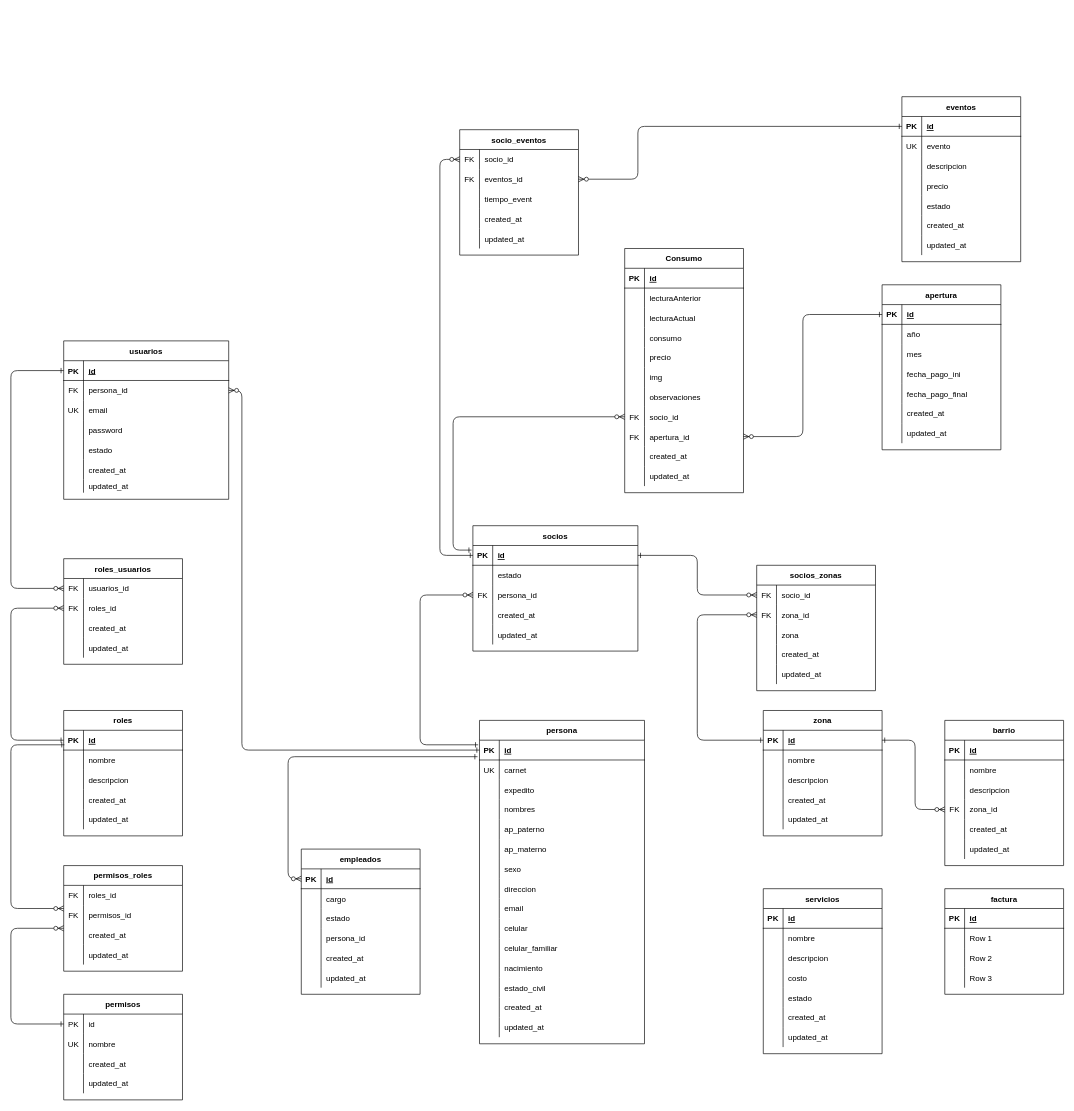
Earlier version of the draw.io diagram AguaPotable/aguapotable.drawio (DavidSalinasPoma/backendaguapotable). Source tidied: cells renumbered, new cells numbered last; positions are measured from the earlier drawing's top-left corner, leaving out a move shared by most shapes. Both pictures are drawn from the tidied source at 66%, with x=0, y=0 at pixel (-36, 96).
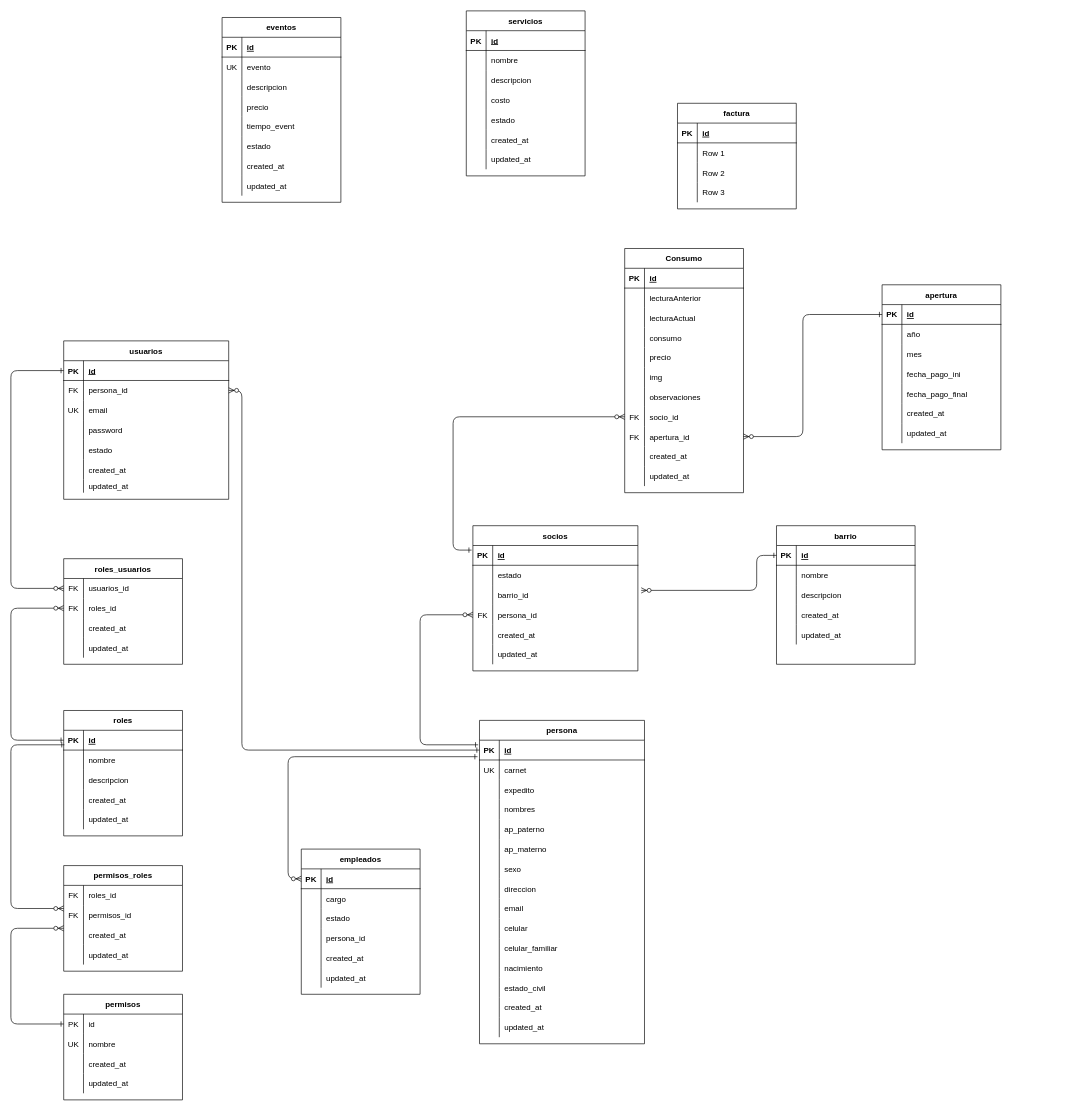
After the change.

Commit message (it also covers changes not shown here):
Actualizacion crud eventos

Unchanged cells that the change refers to:
```xml
<mxCell id="49" style="shape=partialRectangle;fillColor=none;points=[[0,0.5],[1,0.5]];portConstraint=eastwest;top=0;left=0;right=0;bottom=1;" parent="48" vertex="1">
  <mxGeometry y="30" width="250" height="30" as="geometry" />
</mxCell>
<mxCell id="106" style="shape=partialRectangle;fillColor=none;top=0;left=0;bottom=1;right=0;points=[[0,0.5],[1,0.5]];portConstraint=eastwest;" parent="105" vertex="1">
  <mxGeometry y="30" width="180" height="30" as="geometry" />
</mxCell>
```

What changed in the source:
```diff
@@
     <mxCell id="48" value="socios" style="shape=table;startSize=30;childLayout=tableLayout;rowLines=0;fontStyle=1;align=center;" parent="1" vertex="1">
-      <mxGeometry x="770" y="650" width="250" height="190" as="geometry" />
+      <mxGeometry x="770" y="650" width="250" height="220" as="geometry" />
     </mxCell>
@@
+    <mxCell id="354" style="shape=partialRectangle;fillColor=none;points=[[0,0.5],[1,0.5]];portConstraint=eastwest;top=0;left=0;right=0;bottom=0;" parent="48" vertex="1">
+      <mxGeometry y="90" width="250" height="30" as="geometry" />
+    </mxCell>
+    <mxCell id="355" style="shape=partialRectangle;overflow=hidden;fillColor=none;top=0;left=0;bottom=0;right=0;" parent="354" vertex="1">
+      <mxGeometry width="30" height="30" as="geometry" />
+    </mxCell>
+    <mxCell id="356" value="barrio_id" style="shape=partialRectangle;overflow=hidden;fillColor=none;top=0;left=0;bottom=0;right=0;align=left;spacingLeft=6;" parent="354" vertex="1">
+      <mxGeometry x="30" width="220" height="30" as="geometry" />
+    </mxCell>
     <mxCell id="55" style="shape=partialRectangle;fillColor=none;points=[[0,0.5],[1,0.5]];portConstraint=eastwest;top=0;left=0;right=0;bottom=0;" parent="48" vertex="1">
-      <mxGeometry y="90" width="250" height="30" as="geometry" />
+      <mxGeometry y="120" width="250" height="30" as="geometry" />
     </mxCell>
@@
     <mxCell id="58" style="shape=partialRectangle;fillColor=none;top=0;left=0;right=0;bottom=0;" parent="48" vertex="1">
-      <mxGeometry y="120" width="250" height="30" as="geometry" />
+      <mxGeometry y="150" width="250" height="30" as="geometry" />
     </mxCell>
@@
     <mxCell id="61" style="shape=partialRectangle;fillColor=none;top=0;left=0;right=0;bottom=0;" parent="48" vertex="1">
-      <mxGeometry y="150" width="250" height="30" as="geometry" />
+      <mxGeometry y="180" width="250" height="30" as="geometry" />
     </mxCell>
@@
     <mxCell id="105" value="eventos" style="shape=table;startSize=30;childLayout=tableLayout;rowLines=0;fontStyle=1;align=center;" parent="1" vertex="1">
-      <mxGeometry x="1420" width="180" height="250" as="geometry" />
+      <mxGeometry x="390" y="-120" width="180" height="280" as="geometry" />
     </mxCell>
@@
+    <mxCell id="357" style="shape=partialRectangle;fillColor=none;top=0;left=0;bottom=0;right=0;" parent="105" vertex="1">
+      <mxGeometry y="150" width="180" height="30" as="geometry" />
+    </mxCell>
+    <mxCell id="358" style="shape=partialRectangle;fillColor=none;top=0;left=0;bottom=0;right=0;overflow=hidden;" parent="357" vertex="1">
+      <mxGeometry width="30" height="30" as="geometry" />
+    </mxCell>
+    <mxCell id="191" value="tiempo_event" style="shape=partialRectangle;fillColor=none;top=0;left=0;bottom=0;right=0;align=left;spacingLeft=6;overflow=hidden;" parent="357" vertex="1">
+      <mxGeometry x="30" width="150" height="30" as="geometry" />
+    </mxCell>
     <mxCell id="118" style="shape=partialRectangle;fillColor=none;top=0;left=0;bottom=0;right=0;" parent="105" vertex="1">
-      <mxGeometry y="150" width="180" height="30" as="geometry" />
+      <mxGeometry y="180" width="180" height="30" as="geometry" />
     </mxCell>
@@
     <mxCell id="121" style="shape=partialRectangle;fillColor=none;top=0;left=0;bottom=0;right=0;" parent="105" vertex="1">
-      <mxGeometry y="180" width="180" height="30" as="geometry" />
+      <mxGeometry y="210" width="180" height="30" as="geometry" />
     </mxCell>
@@
     <mxCell id="124" style="shape=partialRectangle;fillColor=none;top=0;left=0;bottom=0;right=0;" parent="105" vertex="1">
-      <mxGeometry y="210" width="180" height="30" as="geometry" />
+      <mxGeometry y="240" width="180" height="30" as="geometry" />
     </mxCell>
@@
-    <mxCell id="127" style="edgeStyle=elbowEdgeStyle;endArrow=ERzeroToMany;startArrow=ERone;endFill=1;startFill=0;exitX=0;exitY=0.5;exitDx=0;exitDy=0;entryX=0;entryY=0.5;entryDx=0;entryDy=0;" parent="1" edge="1" source="49" target="183">
-      <mxGeometry relative="1" as="geometry">
-        <Array as="points">
-          <mxPoint x="720" y="980" />
-        </Array>
-      </mxGeometry>
-    </mxCell>
-    <mxCell id="128" value="zona" style="shape=table;startSize=30;childLayout=tableLayout;rowLines=0;fontStyle=1;align=center;" parent="1" vertex="1">
-      <mxGeometry x="1210" y="930" width="180" height="190" as="geometry" />
-    </mxCell>
-    <mxCell id="129" style="shape=partialRectangle;fillColor=none;top=0;left=0;bottom=1;right=0;points=[[0,0.5],[1,0.5]];portConstraint=eastwest;" parent="128" vertex="1">
-      <mxGeometry y="30" width="180" height="30" as="geometry" />
-    </mxCell>
-    <mxCell id="130" value="PK" style="shape=partialRectangle;fillColor=none;top=0;left=0;bottom=0;right=0;fontStyle=1;overflow=hidden;" parent="129" vertex="1">
-      <mxGeometry width="30" height="30" as="geometry" />
-    </mxCell>
-    <mxCell id="131" value="id" style="shape=partialRectangle;fillColor=none;top=0;left=0;bottom=0;right=0;align=left;spacingLeft=6;fontStyle=5;overflow=hidden;" parent="129" vertex="1">
-      <mxGeometry x="30" width="150" height="30" as="geometry" />
-    </mxCell>
-    <mxCell id="132" style="shape=partialRectangle;fillColor=none;top=0;left=0;bottom=0;right=0;" parent="128" vertex="1">
-      <mxGeometry y="60" width="180" height="30" as="geometry" />
-    </mxCell>
-    <mxCell id="133" style="shape=partialRectangle;fillColor=none;top=0;left=0;bottom=0;right=0;overflow=hidden;" parent="132" vertex="1">
-      <mxGeometry width="30" height="30" as="geometry" />
-    </mxCell>
-    <mxCell id="134" value="nombre" style="shape=partialRectangle;fillColor=none;top=0;left=0;bottom=0;right=0;align=left;spacingLeft=6;overflow=hidden;" parent="132" vertex="1">
-      <mxGeometry x="30" width="150" height="30" as="geometry" />
-    </mxCell>
-    <mxCell id="135" style="shape=partialRectangle;fillColor=none;top=0;left=0;bottom=0;right=0;" parent="128" vertex="1">
-      <mxGeometry y="90" width="180" height="30" as="geometry" />
-    </mxCell>
-    <mxCell id="136" style="shape=partialRectangle;fillColor=none;top=0;left=0;bottom=0;right=0;overflow=hidden;" parent="135" vertex="1">
-      <mxGeometry width="30" height="30" as="geometry" />
-    </mxCell>
-    <mxCell id="137" value="descripcion" style="shape=partialRectangle;fillColor=none;top=0;left=0;bottom=0;right=0;align=left;spacingLeft=6;overflow=hidden;" parent="135" vertex="1">
-      <mxGeometry x="30" width="150" height="30" as="geometry" />
-    </mxCell>
-    <mxCell id="138" style="shape=partialRectangle;fillColor=none;top=0;left=0;bottom=0;right=0;" parent="128" vertex="1">
-      <mxGeometry y="120" width="180" height="30" as="geometry" />
-    </mxCell>
-    <mxCell id="139" style="shape=partialRectangle;fillColor=none;top=0;left=0;bottom=0;right=0;overflow=hidden;" parent="138" vertex="1">
-      <mxGeometry width="30" height="30" as="geometry" />
-    </mxCell>
-    <mxCell id="140" value="created_at" style="shape=partialRectangle;fillColor=none;top=0;left=0;bottom=0;right=0;align=left;spacingLeft=6;overflow=hidden;" parent="138" vertex="1">
-      <mxGeometry x="30" width="150" height="30" as="geometry" />
-    </mxCell>
-    <mxCell id="141" style="shape=partialRectangle;fillColor=none;top=0;left=0;bottom=0;right=0;" parent="128" vertex="1">
-      <mxGeometry y="150" width="180" height="30" as="geometry" />
-    </mxCell>
-    <mxCell id="142" style="shape=partialRectangle;fillColor=none;top=0;left=0;bottom=0;right=0;overflow=hidden;" parent="141" vertex="1">
-      <mxGeometry width="30" height="30" as="geometry" />
-    </mxCell>
-    <mxCell id="143" value="updated_at" style="shape=partialRectangle;fillColor=none;top=0;left=0;bottom=0;right=0;align=left;spacingLeft=6;overflow=hidden;" parent="141" vertex="1">
-      <mxGeometry x="30" width="150" height="30" as="geometry" />
-    </mxCell>
     <mxCell id="144" value="barrio" style="shape=table;startSize=30;childLayout=tableLayout;rowLines=0;fontStyle=1;align=center;" parent="1" vertex="1">
-      <mxGeometry x="1485" y="945" width="180" height="220" as="geometry" />
+      <mxGeometry x="1230" y="650" width="210" height="210" as="geometry" />
     </mxCell>
     <mxCell id="145" style="shape=partialRectangle;fillColor=none;top=0;left=0;bottom=1;right=0;points=[[0,0.5],[1,0.5]];portConstraint=eastwest;" parent="144" vertex="1">
-      <mxGeometry y="30" width="180" height="30" as="geometry" />
+      <mxGeometry y="30" width="210" height="30" as="geometry" />
     </mxCell>
@@
     <mxCell id="147" value="id" style="shape=partialRectangle;fillColor=none;top=0;left=0;bottom=0;right=0;align=left;spacingLeft=6;fontStyle=5;overflow=hidden;" parent="145" vertex="1">
-      <mxGeometry x="30" width="150" height="30" as="geometry" />
+      <mxGeometry x="30" width="180" height="30" as="geometry" />
     </mxCell>
     <mxCell id="148" style="shape=partialRectangle;fillColor=none;top=0;left=0;bottom=0;right=0;" parent="144" vertex="1">
-      <mxGeometry y="60" width="180" height="30" as="geometry" />
+      <mxGeometry y="60" width="210" height="30" as="geometry" />
     </mxCell>
@@
     <mxCell id="150" value="nombre" style="shape=partialRectangle;fillColor=none;top=0;left=0;bottom=0;right=0;align=left;spacingLeft=6;overflow=hidden;" parent="148" vertex="1">
-      <mxGeometry x="30" width="150" height="30" as="geometry" />
+      <mxGeometry x="30" width="180" height="30" as="geometry" />
     </mxCell>
     <mxCell id="151" style="shape=partialRectangle;fillColor=none;top=0;left=0;bottom=0;right=0;" parent="144" vertex="1">
-      <mxGeometry y="90" width="180" height="30" as="geometry" />
+      <mxGeometry y="90" width="210" height="30" as="geometry" />
     </mxCell>
@@
     <mxCell id="153" value="descripcion" style="shape=partialRectangle;fillColor=none;top=0;left=0;bottom=0;right=0;align=left;spacingLeft=6;overflow=hidden;" parent="151" vertex="1">
-      <mxGeometry x="30" width="150" height="30" as="geometry" />
+      <mxGeometry x="30" width="180" height="30" as="geometry" />
     </mxCell>
-    <mxCell id="154" style="shape=partialRectangle;fillColor=none;top=0;left=0;bottom=0;right=0;points=[[0,0.5],[1,0.5]];portConstraint=eastwest;" parent="144" vertex="1">
-      <mxGeometry y="120" width="180" height="30" as="geometry" />
-    </mxCell>
-    <mxCell id="155" value="FK" style="shape=partialRectangle;fillColor=none;top=0;left=0;bottom=0;right=0;overflow=hidden;" parent="154" vertex="1">
-      <mxGeometry width="30" height="30" as="geometry" />
-    </mxCell>
-    <mxCell id="156" value="zona_id" style="shape=partialRectangle;fillColor=none;top=0;left=0;bottom=0;right=0;align=left;spacingLeft=6;overflow=hidden;" parent="154" vertex="1">
-      <mxGeometry x="30" width="150" height="30" as="geometry" />
-    </mxCell>
     <mxCell id="157" style="shape=partialRectangle;fillColor=none;top=0;left=0;bottom=0;right=0;" parent="144" vertex="1">
-      <mxGeometry y="150" width="180" height="30" as="geometry" />
+      <mxGeometry y="120" width="210" height="30" as="geometry" />
     </mxCell>
@@
     <mxCell id="159" value="created_at" style="shape=partialRectangle;fillColor=none;top=0;left=0;bottom=0;right=0;align=left;spacingLeft=6;overflow=hidden;" parent="157" vertex="1">
-      <mxGeometry x="30" width="150" height="30" as="geometry" />
+      <mxGeometry x="30" width="180" height="30" as="geometry" />
     </mxCell>
     <mxCell id="160" style="shape=partialRectangle;fillColor=none;top=0;left=0;bottom=0;right=0;" parent="144" vertex="1">
-      <mxGeometry y="180" width="180" height="30" as="geometry" />
+      <mxGeometry y="150" width="210" height="30" as="geometry" />
     </mxCell>
@@
     <mxCell id="162" value="updated_at" style="shape=partialRectangle;fillColor=none;top=0;left=0;bottom=0;right=0;align=left;spacingLeft=6;overflow=hidden;" parent="160" vertex="1">
-      <mxGeometry x="30" width="150" height="30" as="geometry" />
+      <mxGeometry x="30" width="180" height="30" as="geometry" />
     </mxCell>
-    <mxCell id="163" style="edgeStyle=elbowEdgeStyle;endArrow=ERzeroToMany;startArrow=ERone;endFill=1;startFill=0;exitX=1;exitY=0.5;exitDx=0;exitDy=0;entryX=0;entryY=0.5;entryDx=0;entryDy=0;" parent="1" edge="1" source="129" target="154">
-      <mxGeometry relative="1" as="geometry">
-        <Array as="points">
-          <mxPoint x="1440" y="1050" />
-          <mxPoint x="1440" y="1100" />
-          <mxPoint x="1440" y="1250" />
-          <mxPoint x="1450" y="705" />
-        </Array>
-      </mxGeometry>
-    </mxCell>
-    <mxCell id="164" style="edgeStyle=elbowEdgeStyle;endArrow=ERzeroToMany;startArrow=ERone;endFill=1;startFill=0;exitX=0;exitY=0.5;exitDx=0;exitDy=0;entryX=0;entryY=0.5;entryDx=0;entryDy=0;" parent="1" edge="1" source="129" target="169">
-      <mxGeometry relative="1" as="geometry">
-        <Array as="points">
-          <mxPoint x="1110" y="1010" />
-        </Array>
-      </mxGeometry>
-    </mxCell>
-    <mxCell id="165" value="socios_zonas" style="shape=table;startSize=30;childLayout=tableLayout;rowLines=0;fontStyle=1;align=center;" parent="1" vertex="1">
-      <mxGeometry x="1200" y="710" width="180" height="190" as="geometry" />
-    </mxCell>
-    <mxCell id="166" style="shape=partialRectangle;fillColor=none;top=0;left=0;bottom=0;right=0;points=[[0,0.5],[1,0.5]];portConstraint=eastwest;" parent="165" vertex="1">
-      <mxGeometry y="30" width="180" height="30" as="geometry" />
-    </mxCell>
-    <mxCell id="167" value="FK" style="shape=partialRectangle;fillColor=none;top=0;left=0;bottom=0;right=0;overflow=hidden;" parent="166" vertex="1">
-      <mxGeometry width="30" height="30" as="geometry" />
-    </mxCell>
-    <mxCell id="168" value="socio_id" style="shape=partialRectangle;fillColor=none;top=0;left=0;bottom=0;right=0;align=left;spacingLeft=6;overflow=hidden;" parent="166" vertex="1">
-      <mxGeometry x="30" width="150" height="30" as="geometry" />
-    </mxCell>
-    <mxCell id="169" style="shape=partialRectangle;fillColor=none;top=0;left=0;bottom=0;right=0;points=[[0,0.5],[1,0.5]];portConstraint=eastwest;" parent="165" vertex="1">
-      <mxGeometry y="60" width="180" height="30" as="geometry" />
-    </mxCell>
-    <mxCell id="170" value="FK" style="shape=partialRectangle;fillColor=none;top=0;left=0;bottom=0;right=0;overflow=hidden;" parent="169" vertex="1">
-      <mxGeometry width="30" height="30" as="geometry" />
-    </mxCell>
-    <mxCell id="171" value="zona_id" style="shape=partialRectangle;fillColor=none;top=0;left=0;bottom=0;right=0;align=left;spacingLeft=6;overflow=hidden;" parent="169" vertex="1">
-      <mxGeometry x="30" width="150" height="30" as="geometry" />
-    </mxCell>
-    <mxCell id="172" style="shape=partialRectangle;fillColor=none;top=0;left=0;bottom=0;right=0;" parent="165" vertex="1">
-      <mxGeometry y="90" width="180" height="30" as="geometry" />
-    </mxCell>
-    <mxCell id="173" style="shape=partialRectangle;fillColor=none;top=0;left=0;bottom=0;right=0;overflow=hidden;" parent="172" vertex="1">
-      <mxGeometry width="30" height="30" as="geometry" />
-    </mxCell>
-    <mxCell id="174" value="zona" style="shape=partialRectangle;fillColor=none;top=0;left=0;bottom=0;right=0;align=left;spacingLeft=6;overflow=hidden;" parent="172" vertex="1">
-      <mxGeometry x="30" width="150" height="30" as="geometry" />
-    </mxCell>
-    <mxCell id="175" style="shape=partialRectangle;fillColor=none;top=0;left=0;bottom=0;right=0;" parent="165" vertex="1">
-      <mxGeometry y="120" width="180" height="30" as="geometry" />
-    </mxCell>
-    <mxCell id="176" style="shape=partialRectangle;fillColor=none;top=0;left=0;bottom=0;right=0;overflow=hidden;" parent="175" vertex="1">
-      <mxGeometry width="30" height="30" as="geometry" />
-    </mxCell>
-    <mxCell id="177" value="created_at" style="shape=partialRectangle;fillColor=none;top=0;left=0;bottom=0;right=0;align=left;spacingLeft=6;overflow=hidden;" parent="175" vertex="1">
-      <mxGeometry x="30" width="150" height="30" as="geometry" />
-    </mxCell>
-    <mxCell id="178" style="shape=partialRectangle;fillColor=none;top=0;left=0;bottom=0;right=0;" parent="165" vertex="1">
-      <mxGeometry y="150" width="180" height="30" as="geometry" />
-    </mxCell>
-    <mxCell id="179" style="shape=partialRectangle;fillColor=none;top=0;left=0;bottom=0;right=0;overflow=hidden;" parent="178" vertex="1">
-      <mxGeometry width="30" height="30" as="geometry" />
-    </mxCell>
-    <mxCell id="180" value="updated_at" style="shape=partialRectangle;fillColor=none;top=0;left=0;bottom=0;right=0;align=left;spacingLeft=6;overflow=hidden;" parent="178" vertex="1">
-      <mxGeometry x="30" width="150" height="30" as="geometry" />
-    </mxCell>
-    <mxCell id="181" style="edgeStyle=elbowEdgeStyle;endArrow=ERzeroToMany;startArrow=ERone;endFill=1;startFill=0;exitX=1;exitY=0.5;exitDx=0;exitDy=0;entryX=0;entryY=0.5;entryDx=0;entryDy=0;" parent="1" edge="1" source="49" target="166">
-      <mxGeometry relative="1" as="geometry" />
-    </mxCell>
-    <mxCell id="182" value="socio_eventos" style="shape=table;startSize=30;childLayout=tableLayout;rowLines=0;fontStyle=1;align=center;" parent="1" vertex="1">
-      <mxGeometry x="750" y="50" width="180" height="190" as="geometry" />
-    </mxCell>
-    <mxCell id="183" style="shape=partialRectangle;fillColor=none;top=0;left=0;bottom=0;right=0;points=[[0,0.5],[1,0.5]];portConstraint=eastwest;" parent="182" vertex="1">
-      <mxGeometry y="30" width="180" height="30" as="geometry" />
-    </mxCell>
-    <mxCell id="184" value="FK" style="shape=partialRectangle;fillColor=none;top=0;left=0;bottom=0;right=0;overflow=hidden;" parent="183" vertex="1">
-      <mxGeometry width="30" height="30" as="geometry" />
-    </mxCell>
-    <mxCell id="185" value="socio_id" style="shape=partialRectangle;fillColor=none;top=0;left=0;bottom=0;right=0;align=left;spacingLeft=6;overflow=hidden;" parent="183" vertex="1">
-      <mxGeometry x="30" width="150" height="30" as="geometry" />
-    </mxCell>
-    <mxCell id="186" style="shape=partialRectangle;fillColor=none;top=0;left=0;bottom=0;right=0;points=[[0,0.5],[1,0.5]];portConstraint=eastwest;" parent="182" vertex="1">
-      <mxGeometry y="60" width="180" height="30" as="geometry" />
-    </mxCell>
-    <mxCell id="187" value="FK" style="shape=partialRectangle;fillColor=none;top=0;left=0;bottom=0;right=0;overflow=hidden;" parent="186" vertex="1">
-      <mxGeometry width="30" height="30" as="geometry" />
-    </mxCell>
-    <mxCell id="188" value="eventos_id" style="shape=partialRectangle;fillColor=none;top=0;left=0;bottom=0;right=0;align=left;spacingLeft=6;overflow=hidden;" parent="186" vertex="1">
-      <mxGeometry x="30" width="150" height="30" as="geometry" />
-    </mxCell>
-    <mxCell id="189" style="shape=partialRectangle;fillColor=none;top=0;left=0;bottom=0;right=0;" parent="182" vertex="1">
-      <mxGeometry y="90" width="180" height="30" as="geometry" />
-    </mxCell>
-    <mxCell id="190" style="shape=partialRectangle;fillColor=none;top=0;left=0;bottom=0;right=0;overflow=hidden;" parent="189" vertex="1">
-      <mxGeometry width="30" height="30" as="geometry" />
-    </mxCell>
-    <mxCell id="191" value="tiempo_event" style="shape=partialRectangle;fillColor=none;top=0;left=0;bottom=0;right=0;align=left;spacingLeft=6;overflow=hidden;" parent="189" vertex="1">
-      <mxGeometry x="30" width="150" height="30" as="geometry" />
-    </mxCell>
-    <mxCell id="192" style="shape=partialRectangle;fillColor=none;top=0;left=0;bottom=0;right=0;" parent="182" vertex="1">
-      <mxGeometry y="120" width="180" height="30" as="geometry" />
-    </mxCell>
-    <mxCell id="193" style="shape=partialRectangle;fillColor=none;top=0;left=0;bottom=0;right=0;overflow=hidden;" parent="192" vertex="1">
-      <mxGeometry width="30" height="30" as="geometry" />
-    </mxCell>
-    <mxCell id="194" value="created_at" style="shape=partialRectangle;fillColor=none;top=0;left=0;bottom=0;right=0;align=left;spacingLeft=6;overflow=hidden;" parent="192" vertex="1">
-      <mxGeometry x="30" width="150" height="30" as="geometry" />
-    </mxCell>
-    <mxCell id="195" style="shape=partialRectangle;fillColor=none;top=0;left=0;bottom=0;right=0;" parent="182" vertex="1">
-      <mxGeometry y="150" width="180" height="30" as="geometry" />
-    </mxCell>
-    <mxCell id="196" style="shape=partialRectangle;fillColor=none;top=0;left=0;bottom=0;right=0;overflow=hidden;" parent="195" vertex="1">
-      <mxGeometry width="30" height="30" as="geometry" />
-    </mxCell>
-    <mxCell id="197" value="updated_at" style="shape=partialRectangle;fillColor=none;top=0;left=0;bottom=0;right=0;align=left;spacingLeft=6;overflow=hidden;" parent="195" vertex="1">
-      <mxGeometry x="30" width="150" height="30" as="geometry" />
-    </mxCell>
-    <mxCell id="198" style="edgeStyle=elbowEdgeStyle;endArrow=ERzeroToMany;startArrow=ERone;endFill=1;startFill=0;entryX=1;entryY=0.5;entryDx=0;entryDy=0;exitX=0;exitY=0.5;exitDx=0;exitDy=0;" parent="1" edge="1" source="106" target="186">
-      <mxGeometry relative="1" as="geometry">
-        <Array as="points">
-          <mxPoint x="1020" y="100" />
-          <mxPoint x="1030" y="220" />
-          <mxPoint x="1010" y="420" />
-        </Array>
-      </mxGeometry>
-    </mxCell>
@@
     <mxCell id="219" value="servicios" style="shape=table;startSize=30;childLayout=tableLayout;rowLines=0;fontStyle=1;align=center;" parent="1" vertex="1">
-      <mxGeometry x="1210" y="1200" width="180" height="250" as="geometry" />
+      <mxGeometry x="760" y="-130" width="180" height="250" as="geometry" />
     </mxCell>
@@
     <mxCell id="299" value="factura" style="shape=table;startSize=30;childLayout=tableLayout;rowLines=0;fontStyle=1;align=center;" parent="1" vertex="1">
-      <mxGeometry x="1485" y="1200" width="180" height="160" as="geometry" />
+      <mxGeometry x="1080" y="10" width="180" height="160" as="geometry" />
     </mxCell>
@@
+    <mxCell id="181" style="edgeStyle=elbowEdgeStyle;endArrow=ERzeroToMany;startArrow=ERone;endFill=1;startFill=0;entryX=1.02;entryY=0.267;entryDx=0;entryDy=0;entryPerimeter=0;" parent="1" edge="1" source="145" target="354">
+      <mxGeometry relative="1" as="geometry">
+        <Array as="points">
+          <mxPoint x="1200" y="760" />
+        </Array>
+      </mxGeometry>
+    </mxCell>
```
